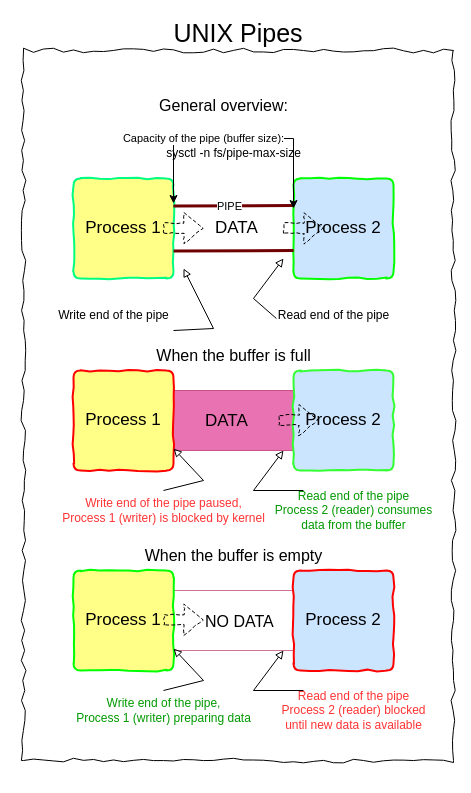
The draw.io diagram Untitled Diagram.drawio in Punkoivan/linkedin, before the edit. Source tidied: cells renumbered, new cells numbered last; positions are measured from the earlier drawing's top-left corner, leaving out a move shared by most shapes. Both pictures are drawn from the tidied source at 100%, with x=0, y=0 at pixel (23, 50).
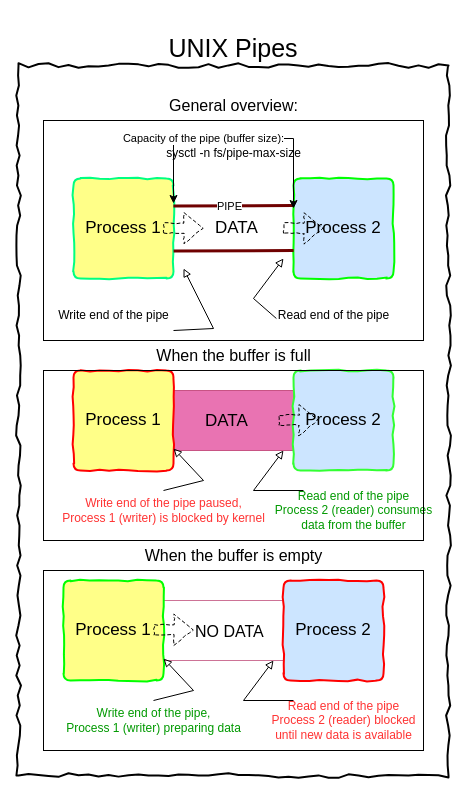
After the change.

Change to the diagram source:
```diff
@@
+    <mxCell id="40" style="rounded=0;whiteSpace=wrap;html=1;fillColor=none;" parent="1" vertex="1">
+      <mxGeometry x="20" y="70" width="380" height="220" as="geometry" />
+    </mxCell>
-    <mxCell id="2" value="UNIX Pipes" style="whiteSpace=wrap;html=1;fillColor=none;imageAspect=0;labelPosition=center;verticalLabelPosition=top;align=center;verticalAlign=bottom;fontSize=25;comic=1;jiggle=5;" parent="1" vertex="1">
-      <mxGeometry width="430" height="710" as="geometry" />
+    <mxCell id="2" value="UNIX Pipes" style="whiteSpace=wrap;html=1;fillColor=none;imageAspect=0;labelPosition=center;verticalLabelPosition=top;align=center;verticalAlign=bottom;fontSize=25;comic=1;jiggle=5;strokeWidth=2;" parent="1" vertex="1">
+      <mxGeometry x="-5" y="15" width="430" height="710" as="geometry" />
     </mxCell>
@@
     <mxCell id="22" value="&lt;div style=&quot;font-size: 16px;&quot;&gt;General overview:&lt;/div&gt;" style="text;html=1;align=center;verticalAlign=middle;strokeColor=none;fillColor=none;fontSize=16;" parent="1" vertex="1">
-      <mxGeometry x="130" y="40" width="140" height="30" as="geometry" />
+      <mxGeometry x="140" y="40" width="140" height="30" as="geometry" />
     </mxCell>
@@
     <mxCell id="29" style="rounded=0;whiteSpace=wrap;html=1;fillColor=none;fontColor=#ffffff;strokeColor=#A50040;opacity=55;" parent="1" vertex="1">
-      <mxGeometry x="150" y="540" width="120" height="60" as="geometry" />
+      <mxGeometry x="140" y="550" width="120" height="60" as="geometry" />
     </mxCell>
     <mxCell id="30" value="Process 1" style="rounded=1;whiteSpace=wrap;html=1;absoluteArcSize=1;arcSize=14;strokeWidth=2;comic=1;jiggle=2;fillColor=#ffff88;strokeColor=#00FF00;fontSize=17;" parent="1" vertex="1">
-      <mxGeometry x="50" y="520" width="100" height="100" as="geometry" />
+      <mxGeometry x="40" y="530" width="100" height="100" as="geometry" />
     </mxCell>
     <mxCell id="31" value="Process 2" style="rounded=1;whiteSpace=wrap;html=1;absoluteArcSize=1;arcSize=14;strokeWidth=2;comic=1;linejoin=miter-clip;glass=0;shadow=0;fillColor=#cce5ff;strokeColor=#FF0000;fontSize=17;" parent="1" vertex="1">
-      <mxGeometry x="270" y="520" width="100" height="100" as="geometry" />
+      <mxGeometry x="260" y="530" width="100" height="100" as="geometry" />
     </mxCell>
     <mxCell id="32" style="shape=flexArrow;endArrow=classic;html=1;rounded=0;dashed=1;flowAnimation=1;comic=1;jiggle=4;linecap=round;" parent="1" edge="1" source="29">
       <mxGeometry relative="1" as="geometry">
-        <mxPoint x="270" y="569.5" as="targetPoint" />
+        <mxPoint x="260" y="579.5" as="targetPoint" />
       </mxGeometry>
     </mxCell>
     <mxCell id="33" style="rounded=0;orthogonalLoop=1;jettySize=auto;html=1;endArrow=block;endFill=0;" parent="1" edge="1">
       <mxGeometry relative="1" as="geometry">
-        <mxPoint x="280" y="640" as="sourcePoint" />
-        <mxPoint x="260" y="600" as="targetPoint" />
+        <mxPoint x="270" y="650" as="sourcePoint" />
+        <mxPoint x="250" y="610" as="targetPoint" />
         <Array as="points">
-          <mxPoint x="230" y="640" />
+          <mxPoint x="220" y="650" />
         </Array>
       </mxGeometry>
     </mxCell>
@@
     <mxCell id="35" style="shape=flexArrow;endArrow=classic;html=1;rounded=0;dashed=1;flowAnimation=1;comic=1;jiggle=4;linecap=round;labelBackgroundColor=none;" parent="1" edge="1">
       <mxGeometry relative="1" as="geometry">
-        <mxPoint x="140" y="569.3" as="sourcePoint" />
-        <mxPoint x="180" y="569.3" as="targetPoint" />
+        <mxPoint x="130" y="579.3" as="sourcePoint" />
+        <mxPoint x="170" y="579.3" as="targetPoint" />
       </mxGeometry>
     </mxCell>
     <mxCell id="36" value="&lt;font style=&quot;font-size: 16px;&quot;&gt;NO D&lt;font style=&quot;font-size: 16px;&quot;&gt;ATA&lt;/font&gt;&lt;/font&gt;" style="edgeLabel;html=1;align=left;verticalAlign=middle;fontSize=13;labelBackgroundColor=none;" parent="1" vertex="1">
-      <mxGeometry x="180" y="570" as="geometry" />
+      <mxGeometry x="170" y="580" as="geometry" />
     </mxCell>
     <mxCell id="37" value="&lt;div&gt;Write end of the pipe,&lt;/div&gt;&lt;div&gt;Process 1 (writer) preparing data &lt;/div&gt;" style="text;html=1;align=center;verticalAlign=middle;strokeColor=none;fillColor=none;fontColor=#009900;" parent="1" vertex="1">
-      <mxGeometry x="50" y="640" width="180" height="40" as="geometry" />
+      <mxGeometry x="40" y="650" width="180" height="40" as="geometry" />
     </mxCell>
     <mxCell id="38" style="rounded=0;orthogonalLoop=1;jettySize=auto;html=1;endArrow=block;endFill=0;" parent="1" edge="1">
       <mxGeometry relative="1" as="geometry">
-        <mxPoint x="140" y="640" as="sourcePoint" />
-        <mxPoint x="150" y="598" as="targetPoint" />
+        <mxPoint x="130" y="650" as="sourcePoint" />
+        <mxPoint x="140" y="608" as="targetPoint" />
         <Array as="points">
-          <mxPoint x="180" y="630" />
+          <mxPoint x="170" y="640" />
         </Array>
       </mxGeometry>
     </mxCell>
     <mxCell id="39" value="&lt;div&gt;Read end of the pipe&lt;/div&gt;&lt;div&gt;Process 2 (reader) blocked&lt;/div&gt;&lt;div&gt;until new data is available&lt;br&gt;&lt;/div&gt;" style="text;html=1;align=center;verticalAlign=middle;strokeColor=none;fillColor=none;flipV=0;flipH=1;fontColor=#ff3333;" parent="1" vertex="1">
-      <mxGeometry x="255" y="630" width="150" height="60" as="geometry" />
+      <mxGeometry x="245" y="640" width="150" height="60" as="geometry" />
     </mxCell>
+    <mxCell id="41" style="rounded=0;whiteSpace=wrap;html=1;fillColor=none;" parent="1" vertex="1">
+      <mxGeometry x="20" y="320" width="380" height="170" as="geometry" />
+    </mxCell>
+    <mxCell id="42" style="rounded=0;whiteSpace=wrap;html=1;fillColor=none;" parent="1" vertex="1">
+      <mxGeometry x="20" y="520" width="380" height="180" as="geometry" />
+    </mxCell>
```
